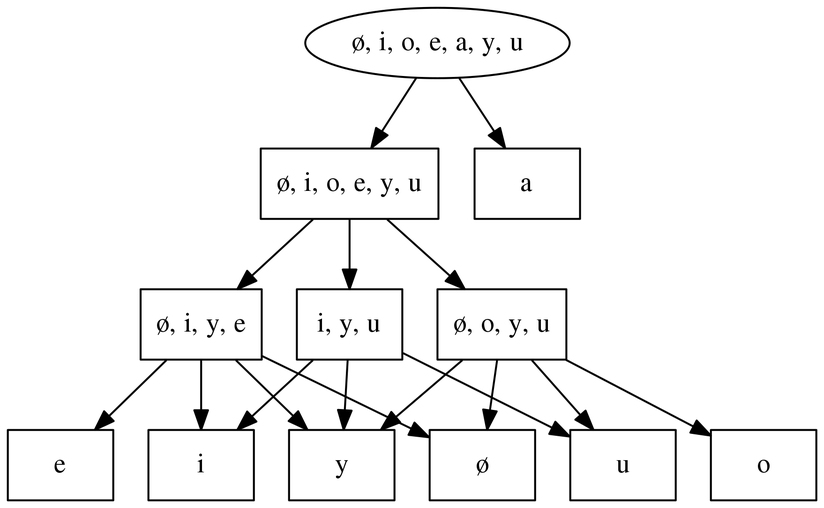
This is squib/diagrams/vowel_inventory_base.png from rdaland/Pheatures, a Graphviz export, as it was before one commit. Its source is kept beside it as squib/diagrams/vowel_inventory_base.gv.
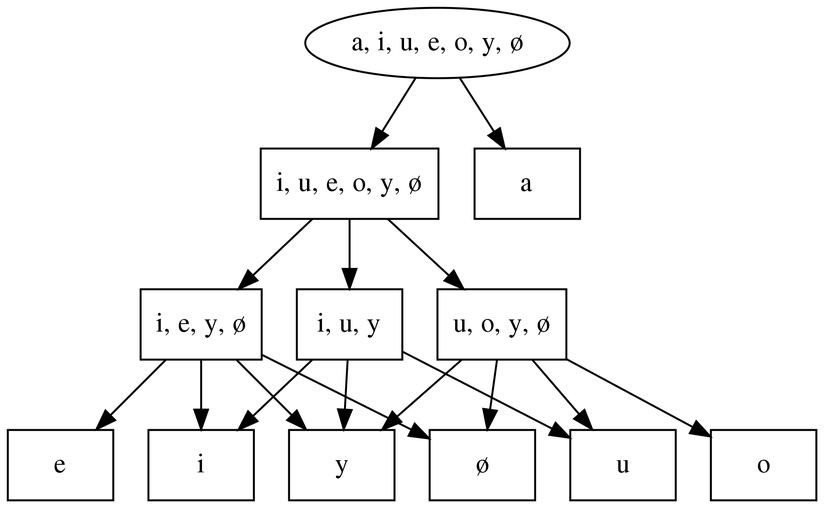
After the commit.

Diff of the diagram source:
```diff
@@ -1,9 +1,9 @@
 digraph {
 	graph [ dpi = 300 ];
-	0 [label="ø, i, o, e, y, u",shape=box]
-	1 [label="ø, i, y, e",shape=box]
-	2 [label="ø, o, y, u",shape=box]
-	3 [label="i, y, u",shape=box]
+	0 [label="i, u, e, o, y, ø",shape=box]
+	1 [label="i, e, y, ø",shape=box]
+	2 [label="u, o, y, ø",shape=box]
+	3 [label="i, u, y",shape=box]
 	4 [label="i",shape=box]
 	5 [label="y",shape=box]
 	6 [label="u",shape=box]
@@ -11,7 +11,7 @@
 	8 [label="ø",shape=box]
 	9 [label="o",shape=box]
 	10 [label="a",shape=box]
-	11 [label="ø, i, o, e, a, y, u"]
+	11 [label="a, i, u, e, o, y, ø"]
 	0 -> 1 []
 	0 -> 2 []
 	0 -> 3 []
```
